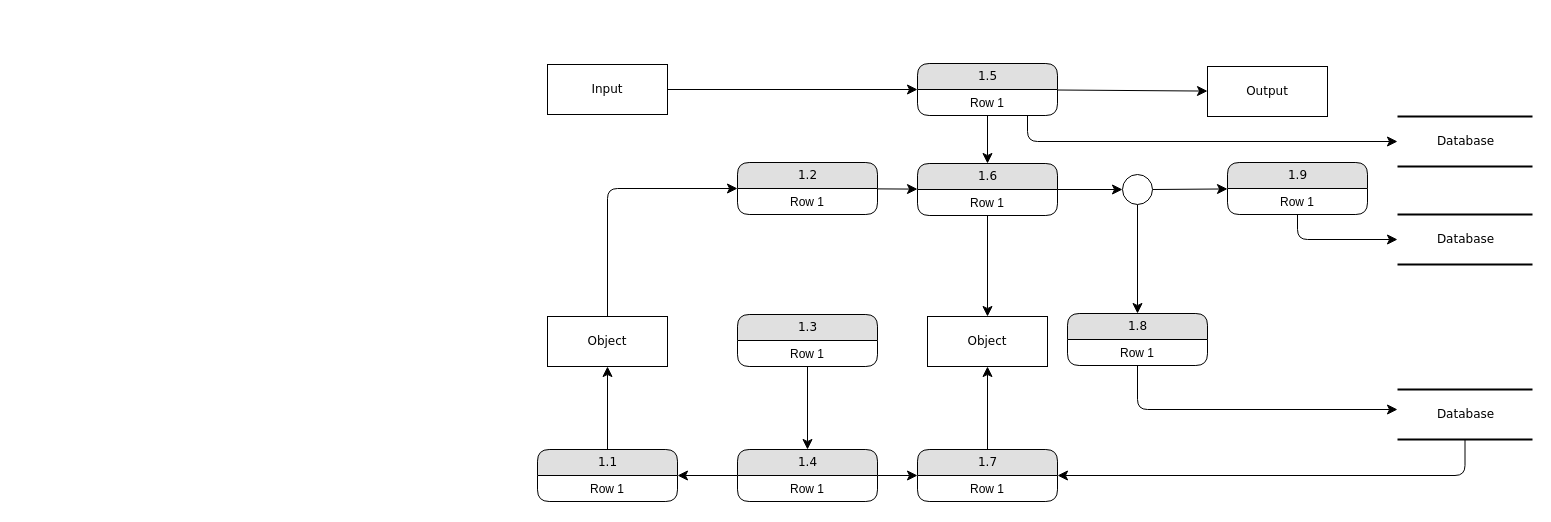
The draw.io diagram Data Flow.drawio in devans18/BP0268756-Call-Forecasting, before the edit. Source tidied: cells renumbered, new cells numbered last; positions are measured from the earlier drawing's top-left corner, leaving out a move shared by most shapes. Both pictures are drawn from the tidied source at 100%, with x=0, y=0 at pixel (537, 63).
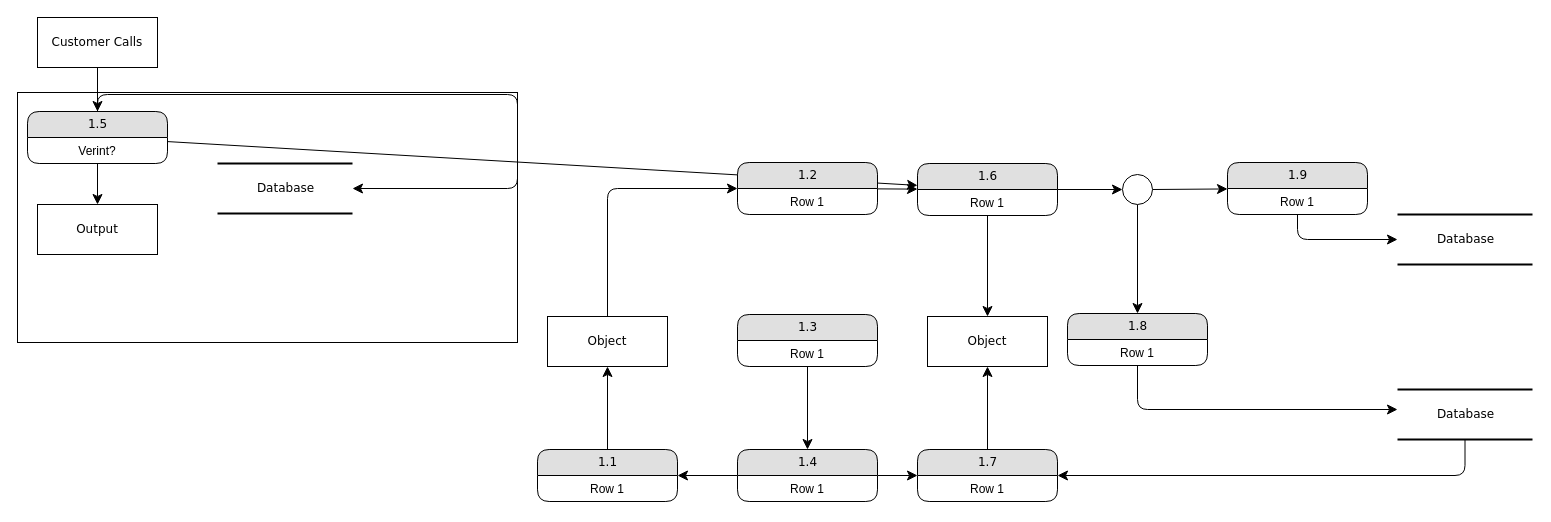
The same page after the edit.

The edit, as a diff of the source:
```diff
@@
+    <mxCell id="46" style="rounded=0;whiteSpace=wrap;html=1;" parent="1" vertex="1">
+      <mxGeometry x="-520" y="29" width="500" height="250" as="geometry" />
+    </mxCell>
     <mxCell id="2" value="Database" style="html=1;rounded=0;shadow=0;comic=0;labelBackgroundColor=none;strokeWidth=2;fontFamily=Verdana;fontSize=12;align=center;shape=mxgraph.ios7ui.horLines;" parent="1" vertex="1">
-      <mxGeometry x="860" y="53" width="135" height="50" as="geometry" />
+      <mxGeometry x="-320" y="100" width="135" height="50" as="geometry" />
     </mxCell>
@@
     <mxCell id="4" value="Output" style="whiteSpace=wrap;html=1;rounded=0;shadow=0;comic=0;labelBackgroundColor=none;strokeWidth=1;fontFamily=Verdana;fontSize=12;align=center;" parent="1" vertex="1">
-      <mxGeometry x="670" y="3" width="120" height="50" as="geometry" />
+      <mxGeometry x="-500" y="141" width="120" height="50" as="geometry" />
     </mxCell>
@@
-    <mxCell id="6" value="Input" style="whiteSpace=wrap;html=1;rounded=0;shadow=0;comic=0;labelBackgroundColor=none;strokeWidth=1;fontFamily=Verdana;fontSize=12;align=center;" parent="1" vertex="1">
-      <mxGeometry x="10" y="1" width="120" height="50" as="geometry" />
+    <mxCell id="6" value="Customer Calls" style="whiteSpace=wrap;html=1;rounded=0;shadow=0;comic=0;labelBackgroundColor=none;strokeWidth=1;fontFamily=Verdana;fontSize=12;align=center;" parent="1" vertex="1">
+      <mxGeometry x="-500" y="-46" width="120" height="50" as="geometry" />
     </mxCell>
@@
     <mxCell id="9" style="edgeStyle=orthogonalEdgeStyle;html=1;labelBackgroundColor=none;startFill=0;startSize=8;endFill=1;endSize=8;fontFamily=Verdana;fontSize=12;" parent="1" edge="1" source="10" target="2">
       <mxGeometry relative="1" as="geometry">
         <Array as="points">
-          <mxPoint x="490" y="78" />
+          <mxPoint x="-20" y="31" />
         </Array>
       </mxGeometry>
     </mxCell>
     <mxCell id="10" value="1.5" style="swimlane;html=1;fontStyle=0;horizontal=1;startSize=26;fillColor=#e0e0e0;swimlaneFillColor=#ffffff;align=center;rounded=1;shadow=0;comic=0;labelBackgroundColor=none;strokeWidth=1;fontFamily=Verdana;fontSize=12;" parent="1" vertex="1">
-      <mxGeometry x="380" width="140" height="52" as="geometry" />
+      <mxGeometry x="-510" y="48" width="140" height="52" as="geometry" />
     </mxCell>
-    <mxCell id="11" value="Row 1" style="text;html=1;strokeColor=none;fillColor=none;spacingLeft=4;spacingRight=4;whiteSpace=wrap;overflow=hidden;align=center;" parent="10" vertex="1">
+    <mxCell id="11" value="Verint?" style="text;html=1;strokeColor=none;fillColor=none;spacingLeft=4;spacingRight=4;whiteSpace=wrap;overflow=hidden;align=center;" parent="10" vertex="1">
       <mxGeometry y="26" width="140" height="26" as="geometry" />
     </mxCell>
```
